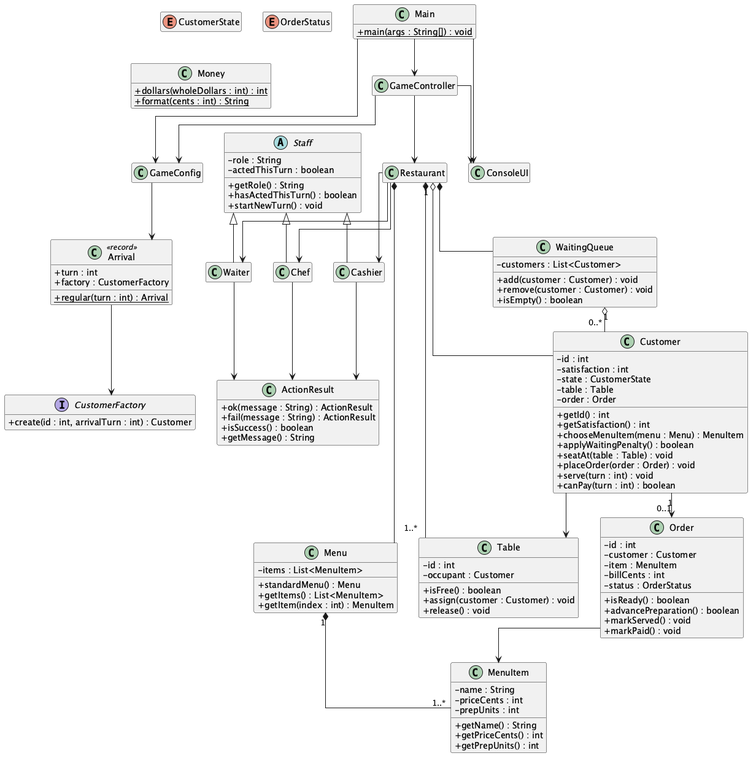
Above: docs/stage-1-class-diagram.png in Phoenix3108/restaurant-rush (PlantUML), before the change. Source of this version:
```plantuml
@startuml Stage1ClassDiagram

top to bottom direction
skinparam classAttributeIconSize 0
skinparam linetype ortho
skinparam nodesep 35
skinparam ranksep 40
hide empty members

class Customer {
    - id : int
    - satisfaction : int
    - state : CustomerState
    - table : Table
    - order : Order
    + getId() : int
    + getSatisfaction() : int
    + chooseMenuItem(menu : Menu) : MenuItem
    + applyWaitingPenalty() : boolean
    + seatAt(table : Table) : void
    + placeOrder(order : Order) : void
    + serve(turn : int) : void
    + canPay(turn : int) : boolean
}

enum CustomerState

class WaitingQueue {
    - customers : List<Customer>
    + add(customer : Customer) : void
    + remove(customer : Customer) : void
    + isEmpty() : boolean
}

class Table {
    - id : int
    - occupant : Customer
    + isFree() : boolean
    + assign(customer : Customer) : void
    + release() : void
}

class Menu {
    - items : List<MenuItem>
    + standardMenu() : Menu
    + getItems() : List<MenuItem>
    + getItem(index : int) : MenuItem
}

class MenuItem {
    - name : String
    - priceCents : int
    - prepUnits : int
    + getName() : String
    + getPriceCents() : int
    + getPrepUnits() : int
}

class Order {
    - id : int
    - customer : Customer
    - item : MenuItem
    - billCents : int
    - status : OrderStatus
    + isReady() : boolean
    + advancePreparation() : boolean
    + markServed() : void
    + markPaid() : void
}

enum OrderStatus

abstract class Staff {
    - role : String
    - actedThisTurn : boolean
    + getRole() : String
    + hasActedThisTurn() : boolean
    + startNewTurn() : void
}

class Waiter
class Chef
class Cashier

class Restaurant
class GameConfig
class GameController
class Main {
    {static} + main(args : String[]) : void
}
class ConsoleUI
class Arrival <<record>> {
    + turn : int
    + factory : CustomerFactory
    {static} + regular(turn : int) : Arrival
}

interface CustomerFactory {
    + create(id : int, arrivalTurn : int) : Customer
}
class ActionResult {
    + ok(message : String) : ActionResult
    + fail(message : String) : ActionResult
    + isSuccess() : boolean
    + getMessage() : String
}
class Money {
    {static} + dollars(wholeDollars : int) : int
    {static} + format(cents : int) : String
}

Staff <|-- Waiter
Staff <|-- Chef
Staff <|-- Cashier

Menu "1" *-- "1..*" MenuItem
WaitingQueue "1" o-- "0..*" Customer
Customer --> Table
Customer "1" --> "0..1" Order
Order --> MenuItem

Restaurant *-- Menu
Restaurant *-- WaitingQueue
Restaurant "1" *-- "1..*" Table
Restaurant o-- Customer
Restaurant --> Waiter
Restaurant --> Chef
Restaurant --> Cashier

GameController --> GameConfig
GameController --> Restaurant
GameController --> ConsoleUI
GameConfig --> Arrival
Arrival --> CustomerFactory
Waiter --> ActionResult
Chef --> ActionResult
Cashier --> ActionResult
Main --> GameConfig
Main --> GameController
Main --> ConsoleUI

@enduml
```
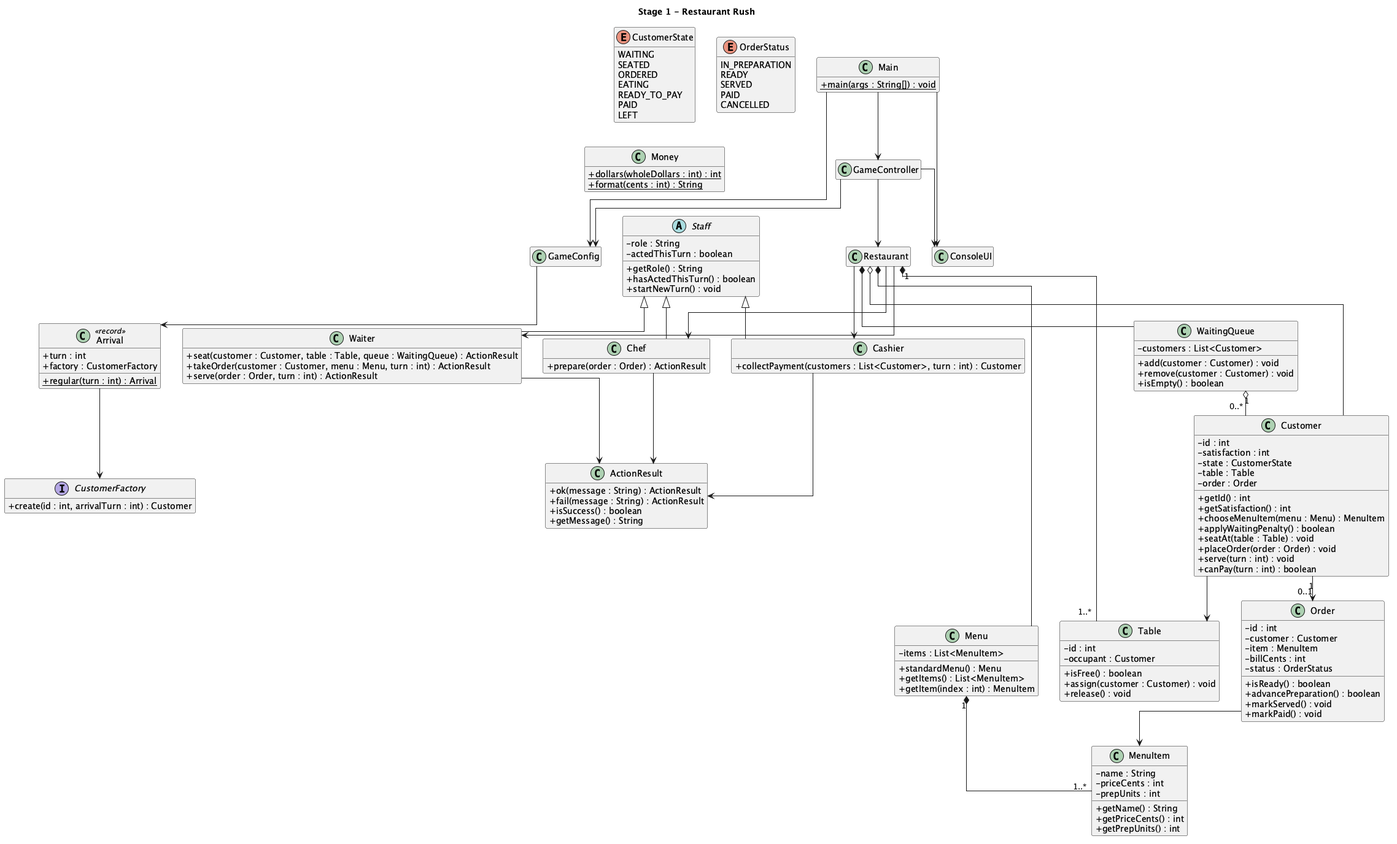
Later version of the same file.

Commit message:
Update class diagrams after review

Diff of the diagram source:
```diff
@@ -1,4 +1,5 @@
 @startuml Stage1ClassDiagram
+title Stage 1 - Restaurant Rush
 
 top to bottom direction
 skinparam classAttributeIconSize 0
@@ -23,7 +24,15 @@
     + canPay(turn : int) : boolean
 }
 
-enum CustomerState
+enum CustomerState {
+    WAITING
+    SEATED
+    ORDERED
+    EATING
+    READY_TO_PAY
+    PAID
+    LEFT
+}
 
 class WaitingQueue {
     - customers : List<Customer>
@@ -68,7 +77,13 @@
     + markPaid() : void
 }
 
-enum OrderStatus
+enum OrderStatus {
+    IN_PREPARATION
+    READY
+    SERVED
+    PAID
+    CANCELLED
+}
 
 abstract class Staff {
     - role : String
@@ -78,9 +93,20 @@
     + startNewTurn() : void
 }
 
-class Waiter
-class Chef
-class Cashier
+class Waiter {
+    + seat(customer : Customer, table : Table, queue : WaitingQueue) : ActionResult
+    + takeOrder(customer : Customer, menu : Menu, turn : int) : ActionResult
+    + serve(order : Order, turn : int) : ActionResult
+}
+
+class Chef {
+    + prepare(order : Order) : ActionResult
+}
+
+class Cashier {
+    + collectPayment(customers : List<Customer>, turn : int) : Customer
+}
+
 
 class Restaurant
 class GameConfig
```
